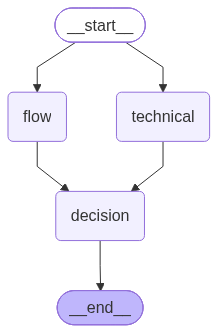
This is artifacts/graph.png from HaDevvy/stock-agent, a Mermaid export, as it was before one commit. Its source is kept beside it as artifacts/graph.mmd.
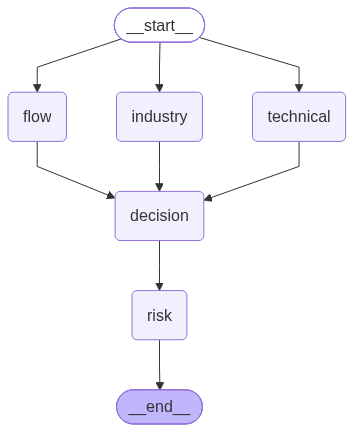
The same diagram one commit later.

Diff of the diagram source:
```diff
@@ -7,13 +7,18 @@
 	__start__([<p>__start__</p>]):::first
 	technical(technical)
 	flow(flow)
+	industry(industry)
 	decision(decision)
+	risk(risk)
 	__end__([<p>__end__</p>]):::last
 	__start__ --> flow;
+	__start__ --> industry;
 	__start__ --> technical;
+	decision --> risk;
 	flow --> decision;
+	industry --> decision;
 	technical --> decision;
-	decision --> __end__;
+	risk --> __end__;
 	classDef default fill:#f2f0ff,line-height:1.2
 	classDef first fill-opacity:0
 	classDef last fill:#bfb6fc
```
